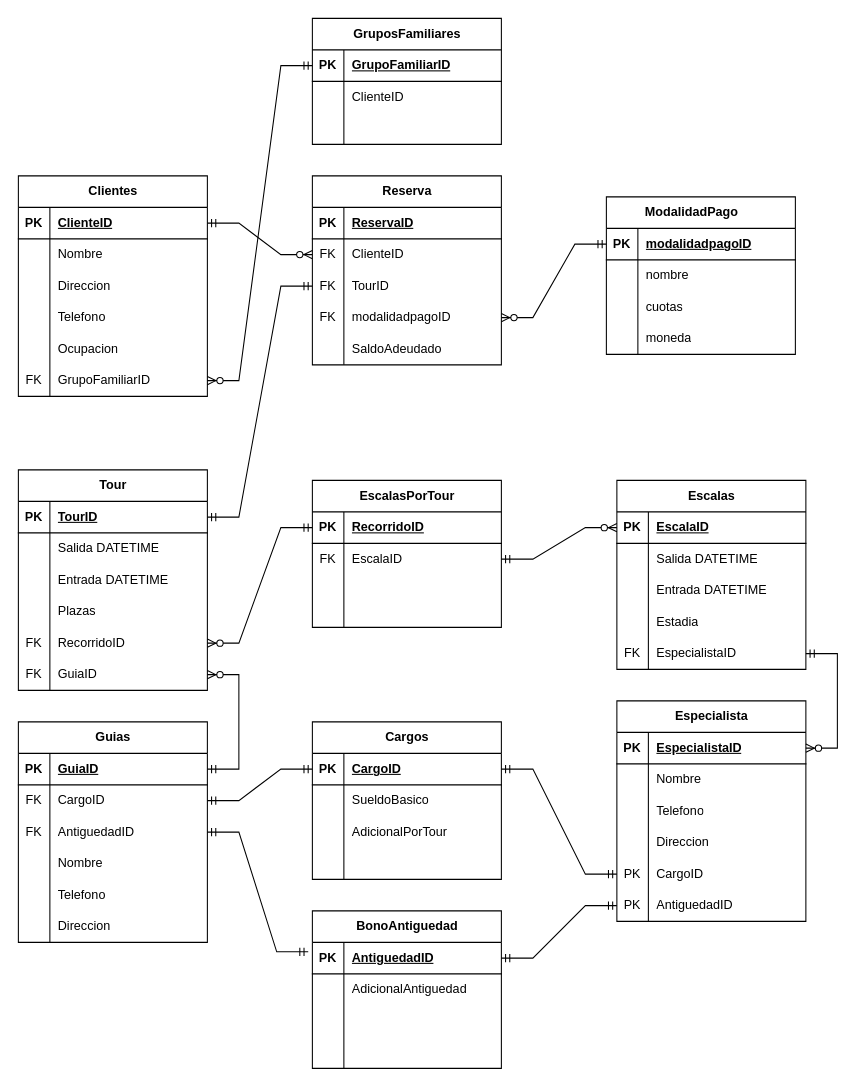
DamianPiuselli/Diagrams keeps this draw.io diagram as ej4.drawio. Above is the earlier version. Source tidied: cells renumbered, new cells numbered last; positions are measured from the earlier drawing's top-left corner, leaving out a move shared by most shapes. Both pictures are drawn from the tidied source at 105%, with x=0, y=0 at pixel (-350, 18).
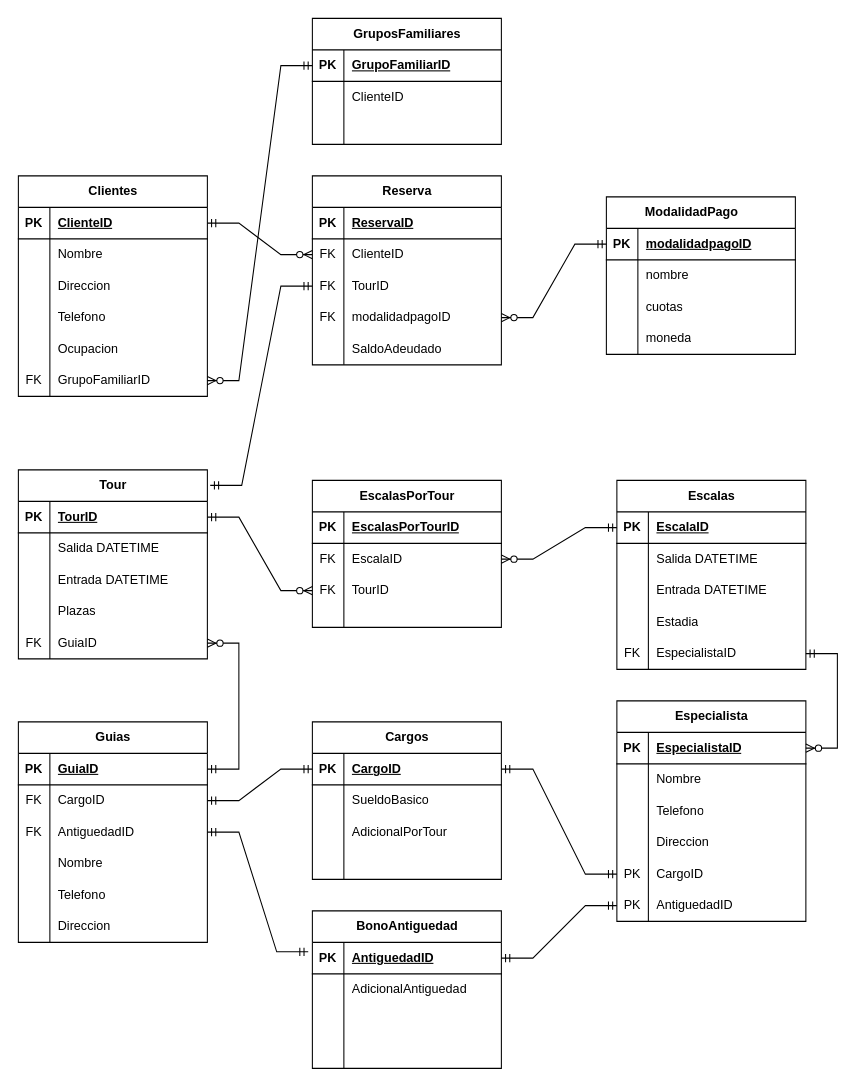
After the change.

The change refers to these unchanged cells:
```xml
<mxCell id="22" style="shape=tableRow;horizontal=0;startSize=0;swimlaneHead=0;swimlaneBody=0;fillColor=none;points=[[0,0.5],[1,0.5]];portConstraint=eastwest;top=0;left=0;right=0;bottom=1;" parent="21" vertex="1">
  <mxGeometry y="30" width="180" height="30" as="geometry" />
</mxCell>
<mxCell id="60" style="shape=tableRow;horizontal=0;startSize=0;swimlaneHead=0;swimlaneBody=0;fillColor=none;points=[[0,0.5],[1,0.5]];portConstraint=eastwest;top=0;left=0;right=0;bottom=1;" parent="59" vertex="1">
  <mxGeometry y="30" width="180" height="30" as="geometry" />
</mxCell>
<mxCell id="63" style="shape=tableRow;horizontal=0;startSize=0;swimlaneHead=0;swimlaneBody=0;fillColor=none;points=[[0,0.5],[1,0.5]];portConstraint=eastwest;top=0;left=0;right=0;bottom=0;" parent="59" vertex="1">
  <mxGeometry y="60" width="180" height="30" as="geometry" />
</mxCell>
<mxCell id="66" style="shape=tableRow;horizontal=0;startSize=0;swimlaneHead=0;swimlaneBody=0;fillColor=none;points=[[0,0.5],[1,0.5]];portConstraint=eastwest;top=0;left=0;right=0;bottom=0;" parent="59" vertex="1">
  <mxGeometry y="90" width="180" height="30" as="geometry" />
</mxCell>
<mxCell id="73" style="shape=tableRow;horizontal=0;startSize=0;swimlaneHead=0;swimlaneBody=0;fillColor=none;points=[[0,0.5],[1,0.5]];portConstraint=eastwest;top=0;left=0;right=0;bottom=1;" parent="72" vertex="1">
  <mxGeometry y="30" width="180" height="30" as="geometry" />
</mxCell>
<mxCell id="117" style="shape=tableRow;horizontal=0;startSize=0;swimlaneHead=0;swimlaneBody=0;fillColor=none;points=[[0,0.5],[1,0.5]];portConstraint=eastwest;top=0;left=0;right=0;bottom=0;" parent="110" vertex="1">
  <mxGeometry y="90" width="180" height="30" as="geometry" />
</mxCell>
```

The edit, as a diff of the source:
```diff
@@
     <mxCell id="21" value="Tour" style="shape=table;startSize=30;childLayout=tableLayout;rowLines=0;fontStyle=1;align=center;html=1;" parent="1" vertex="1">
-      <mxGeometry x="350" y="430" width="180" height="210" as="geometry" />
+      <mxGeometry x="350" y="430" width="180" height="180" as="geometry" />
     </mxCell>
@@
-    <mxCell id="34" style="shape=tableRow;horizontal=0;startSize=0;swimlaneHead=0;swimlaneBody=0;fillColor=none;points=[[0,0.5],[1,0.5]];portConstraint=eastwest;top=0;left=0;right=0;bottom=0;" parent="21" vertex="1">
-      <mxGeometry y="150" width="180" height="30" as="geometry" />
-    </mxCell>
-    <mxCell id="35" value="FK" style="shape=partialRectangle;fillColor=none;top=0;left=0;bottom=0;right=0;overflow=hidden;whiteSpace=wrap;html=1;" parent="34" vertex="1">
-      <mxGeometry width="30" height="30" as="geometry" />
-    </mxCell>
-    <mxCell id="36" value="RecorridoID" style="shape=partialRectangle;fillColor=none;top=0;left=0;bottom=0;right=0;align=left;spacingLeft=6;overflow=hidden;whiteSpace=wrap;html=1;" parent="34" vertex="1">
-      <mxGeometry x="30" width="150" height="30" as="geometry" />
-    </mxCell>
     <mxCell id="37" style="shape=tableRow;horizontal=0;startSize=0;swimlaneHead=0;swimlaneBody=0;fillColor=none;points=[[0,0.5],[1,0.5]];portConstraint=eastwest;top=0;left=0;right=0;bottom=0;" parent="21" vertex="1">
-      <mxGeometry y="180" width="180" height="30" as="geometry" />
+      <mxGeometry y="150" width="180" height="30" as="geometry" />
     </mxCell>
@@
-    <mxCell id="62" value="RecorridoID" style="shape=partialRectangle;fillColor=none;top=0;left=0;bottom=0;right=0;align=left;spacingLeft=6;fontStyle=5;overflow=hidden;whiteSpace=wrap;html=1;" parent="60" vertex="1">
+    <mxCell id="62" value="EscalasPorTourID" style="shape=partialRectangle;fillColor=none;top=0;left=0;bottom=0;right=0;align=left;spacingLeft=6;fontStyle=5;overflow=hidden;whiteSpace=wrap;html=1;" parent="60" vertex="1">
       <mxGeometry x="30" width="150" height="30" as="geometry" />
     </mxCell>
@@
-    <mxCell id="67" style="shape=partialRectangle;fillColor=none;top=0;left=0;bottom=0;right=0;overflow=hidden;whiteSpace=wrap;html=1;" parent="66" vertex="1">
+    <mxCell id="67" value="FK" style="shape=partialRectangle;fillColor=none;top=0;left=0;bottom=0;right=0;overflow=hidden;whiteSpace=wrap;html=1;" parent="66" vertex="1">
       <mxGeometry width="30" height="30" as="geometry" />
     </mxCell>
-    <mxCell id="68" style="shape=partialRectangle;fillColor=none;top=0;left=0;bottom=0;right=0;align=left;spacingLeft=6;overflow=hidden;whiteSpace=wrap;html=1;" parent="66" vertex="1">
+    <mxCell id="68" value="TourID" style="shape=partialRectangle;fillColor=none;top=0;left=0;bottom=0;right=0;align=left;spacingLeft=6;overflow=hidden;whiteSpace=wrap;html=1;" parent="66" vertex="1">
       <mxGeometry x="30" width="150" height="30" as="geometry" />
     </mxCell>
@@
-    <mxCell id="107" style="edgeStyle=entityRelationEdgeStyle;fontSize=12;html=1;endArrow=ERzeroToMany;startArrow=ERmandOne;rounded=0;exitX=0;exitY=0.5;exitDx=0;exitDy=0;entryX=1;entryY=0.5;entryDx=0;entryDy=0;" parent="1" edge="1" source="60" target="34">
-      <mxGeometry relative="1" as="geometry">
-        <Array as="points">
-          <mxPoint x="550" y="620" />
-          <mxPoint x="530" y="590" />
-        </Array>
-      </mxGeometry>
-    </mxCell>
-    <mxCell id="108" style="edgeStyle=entityRelationEdgeStyle;fontSize=12;html=1;endArrow=ERzeroToMany;startArrow=ERmandOne;rounded=0;exitX=1;exitY=0.5;exitDx=0;exitDy=0;entryX=0;entryY=0.5;entryDx=0;entryDy=0;" parent="1" edge="1" source="63" target="73">
+    <mxCell id="108" style="edgeStyle=entityRelationEdgeStyle;fontSize=12;html=1;endArrow=ERzeroToMany;startArrow=ERmandOne;rounded=0;exitX=0;exitY=0.5;exitDx=0;exitDy=0;entryX=1;entryY=0.5;entryDx=0;entryDy=0;" parent="1" edge="1" source="73" target="63">
       <mxGeometry relative="1" as="geometry" />
     </mxCell>
@@
-    <mxCell id="127" style="edgeStyle=entityRelationEdgeStyle;fontSize=12;html=1;endArrow=ERmandOne;startArrow=ERmandOne;rounded=0;entryX=0;entryY=0.5;entryDx=0;entryDy=0;exitX=1;exitY=0.5;exitDx=0;exitDy=0;" parent="1" edge="1" source="22" target="117">
-      <mxGeometry relative="1" as="geometry" />
+    <mxCell id="127" style="edgeStyle=entityRelationEdgeStyle;fontSize=12;html=1;endArrow=ERmandOne;startArrow=ERmandOne;rounded=0;entryX=0;entryY=0.5;entryDx=0;entryDy=0;exitX=1.015;exitY=0.082;exitDx=0;exitDy=0;exitPerimeter=0;" parent="1" edge="1" source="21" target="117">
+      <mxGeometry relative="1" as="geometry">
+        <Array as="points">
+          <mxPoint x="440" y="390" />
+          <mxPoint x="540" y="390" />
+        </Array>
+      </mxGeometry>
     </mxCell>
@@
+    <mxCell id="184" style="edgeStyle=entityRelationEdgeStyle;fontSize=12;html=1;endArrow=ERzeroToMany;startArrow=ERmandOne;rounded=0;exitX=1;exitY=0.5;exitDx=0;exitDy=0;entryX=0;entryY=0.5;entryDx=0;entryDy=0;" parent="1" edge="1" source="22" target="66">
+      <mxGeometry relative="1" as="geometry">
+        <Array as="points">
+          <mxPoint x="690" y="495" />
+          <mxPoint x="670" y="465" />
+        </Array>
+      </mxGeometry>
+    </mxCell>
```
